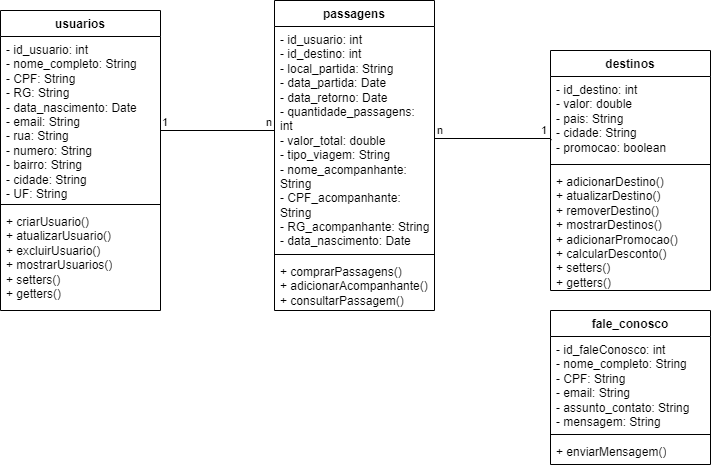
This is modelagem-de-dados/ModeloUML.PNG from airaarima/Reconecta-Turismo, a draw.io export, as it was before one commit. Source tidied: cells renumbered, new cells last; positions are measured from the earlier drawing's top-left corner, leaving out a move shared by most shapes.
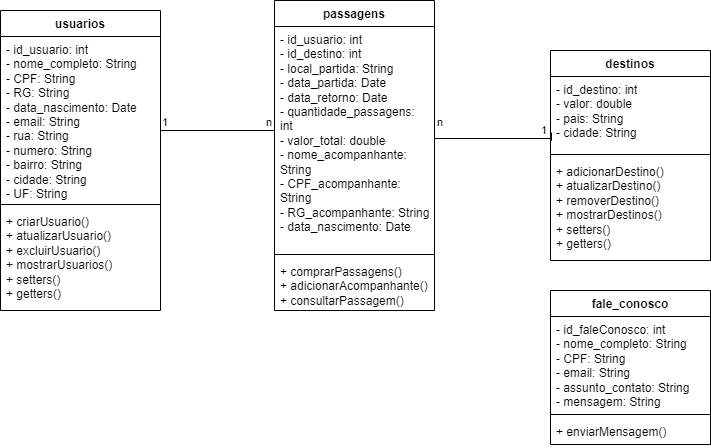
The same file after the commit.

Commit message:
alteração de colunas no SQL e atualização UML

Change to the diagram source:
```diff
@@ -17,7 +17,7 @@
     <mxCell id="6" value="passagens&lt;br&gt;" style="swimlane;fontStyle=1;align=center;verticalAlign=top;horizontal=1;startSize=26;whiteSpace=wrap;html=1;" parent="1" vertex="1">
       <mxGeometry x="274" width="160" height="310" as="geometry" />
     </mxCell>
-    <mxCell id="7" value="- id_usuario: int&lt;br&gt;- id_destino: int&lt;br&gt;- local_partida: String&lt;br&gt;- data_partida: Date&lt;br&gt;- data_retorno: Date&lt;br&gt;- quantidade_passagens: int&lt;br&gt;- valor_total: double&lt;br&gt;- tipo_viagem: String&lt;br&gt;- nome_acompanhante: String&lt;br&gt;- CPF_acompanhante: String&lt;br&gt;- RG_acompanhante: String&lt;br&gt;- data_nascimento: Date&lt;br&gt;" style="text;strokeColor=none;fillColor=none;align=left;verticalAlign=top;spacingLeft=4;spacingRight=4;overflow=hidden;points=[[0,0.5],[1,0.5]];portConstraint=eastwest;whiteSpace=wrap;html=1;" parent="6" vertex="1">
+    <mxCell id="7" value="- id_usuario: int&lt;br&gt;- id_destino: int&lt;br&gt;- local_partida: String&lt;br&gt;- data_partida: Date&lt;br&gt;- data_retorno: Date&lt;br&gt;- quantidade_passagens: int&lt;br&gt;- valor_total: double&lt;br&gt;- nome_acompanhante: String&lt;br&gt;- CPF_acompanhante: String&lt;br&gt;- RG_acompanhante: String&lt;br&gt;- data_nascimento: Date" style="text;strokeColor=none;fillColor=none;align=left;verticalAlign=top;spacingLeft=4;spacingRight=4;overflow=hidden;points=[[0,0.5],[1,0.5]];portConstraint=eastwest;whiteSpace=wrap;html=1;" parent="6" vertex="1">
       <mxGeometry y="26" width="160" height="224" as="geometry" />
     </mxCell>
     <mxCell id="8" style="line;strokeWidth=1;fillColor=none;align=left;verticalAlign=middle;spacingTop=-1;spacingLeft=3;spacingRight=3;labelPosition=right;strokeColor=inherit;" parent="6" vertex="1">
@@ -27,19 +27,19 @@
       <mxGeometry y="258" width="160" height="52" as="geometry" />
     </mxCell>
     <mxCell id="10" value="destinos&lt;br&gt;" style="swimlane;fontStyle=1;align=center;verticalAlign=top;horizontal=1;startSize=26;whiteSpace=wrap;html=1;" parent="1" vertex="1">
-      <mxGeometry x="550" y="50" width="160" height="240" as="geometry" />
+      <mxGeometry x="550" y="50" width="160" height="210" as="geometry" />
     </mxCell>
-    <mxCell id="11" value="- id_destino: int&lt;br&gt;- valor: double&lt;br&gt;- pais: String&lt;br&gt;- cidade: String&lt;br&gt;- promocao: boolean" style="text;strokeColor=none;fillColor=none;align=left;verticalAlign=top;spacingLeft=4;spacingRight=4;overflow=hidden;points=[[0,0.5],[1,0.5]];portConstraint=eastwest;whiteSpace=wrap;html=1;" parent="10" vertex="1">
-      <mxGeometry y="26" width="160" height="84" as="geometry" />
+    <mxCell id="11" value="- id_destino: int&lt;br&gt;- valor: double&lt;br&gt;- pais: String&lt;br&gt;- cidade: String" style="text;strokeColor=none;fillColor=none;align=left;verticalAlign=top;spacingLeft=4;spacingRight=4;overflow=hidden;points=[[0,0.5],[1,0.5]];portConstraint=eastwest;whiteSpace=wrap;html=1;" parent="10" vertex="1">
+      <mxGeometry y="26" width="160" height="74" as="geometry" />
     </mxCell>
     <mxCell id="12" style="line;strokeWidth=1;fillColor=none;align=left;verticalAlign=middle;spacingTop=-1;spacingLeft=3;spacingRight=3;labelPosition=right;strokeColor=inherit;" parent="10" vertex="1">
-      <mxGeometry y="110" width="160" height="8" as="geometry" />
+      <mxGeometry y="100" width="160" height="8" as="geometry" />
     </mxCell>
-    <mxCell id="13" value="+ adicionarDestino()&lt;br&gt;+ atualizarDestino()&lt;br&gt;+ removerDestino()&lt;br&gt;+ mostrarDestinos()&lt;br&gt;+ adicionarPromocao()&lt;br&gt;+ calcularDesconto()&lt;br&gt;+ setters()&lt;br&gt;+ getters()" style="text;strokeColor=none;fillColor=none;align=left;verticalAlign=top;spacingLeft=4;spacingRight=4;overflow=hidden;whiteSpace=wrap;html=1;" parent="10" vertex="1">
-      <mxGeometry y="118" width="160" height="122" as="geometry" />
+    <mxCell id="13" value="+ adicionarDestino()&lt;br&gt;+ atualizarDestino()&lt;br&gt;+ removerDestino()&lt;br&gt;+ mostrarDestinos()&lt;br&gt;+ setters()&lt;br&gt;+ getters()" style="text;strokeColor=none;fillColor=none;align=left;verticalAlign=top;spacingLeft=4;spacingRight=4;overflow=hidden;whiteSpace=wrap;html=1;" parent="10" vertex="1">
+      <mxGeometry y="108" width="160" height="102" as="geometry" />
     </mxCell>
     <mxCell id="14" value="fale_conosco" style="swimlane;fontStyle=1;align=center;verticalAlign=top;horizontal=1;startSize=26;whiteSpace=wrap;html=1;" parent="1" vertex="1">
-      <mxGeometry x="550" y="310" width="160" height="154" as="geometry" />
+      <mxGeometry x="550" y="290" width="160" height="154" as="geometry" />
     </mxCell>
     <mxCell id="15" value="- id_faleConosco: int&lt;br&gt;- nome_completo: String&lt;br&gt;- CPF: String&lt;br&gt;- email: String&lt;br&gt;- assunto_contato: String&lt;br&gt;- mensagem: String" style="text;strokeColor=none;fillColor=none;align=left;verticalAlign=top;spacingLeft=4;spacingRight=4;overflow=hidden;whiteSpace=wrap;html=1;" parent="14" vertex="1">
       <mxGeometry y="26" width="160" height="94" as="geometry" />
```
